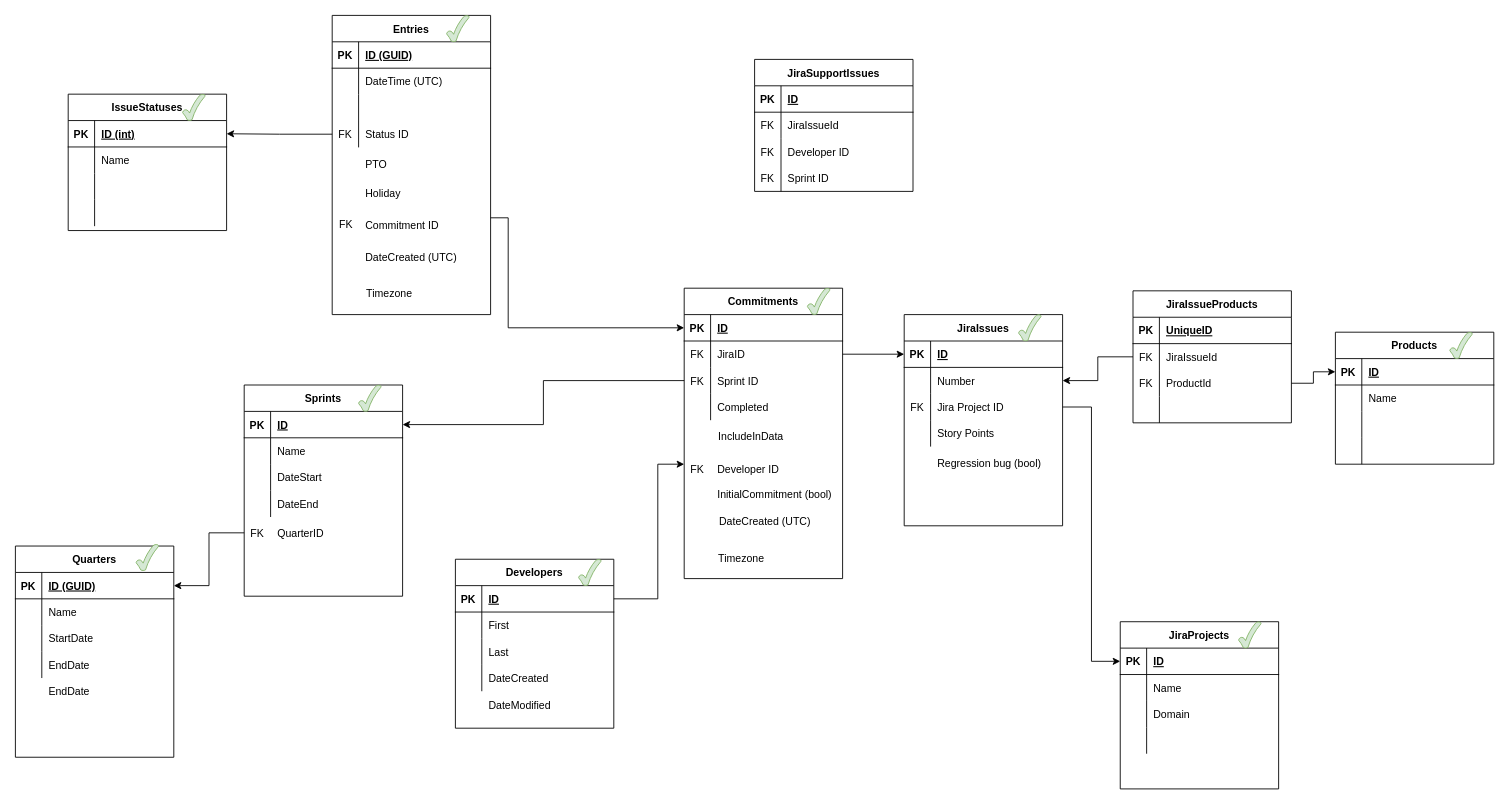
mrbeck02/ManagerHelper keeps this draw.io diagram as ManagerHelper db schema.drawio. Above is the earlier version. Source tidied: cells renumbered, new cells numbered last; positions are measured from the earlier drawing's top-left corner, leaving out a move shared by most shapes. Both pictures are drawn from the tidied source at 88%, with x=0, y=0 at pixel (15, 15).
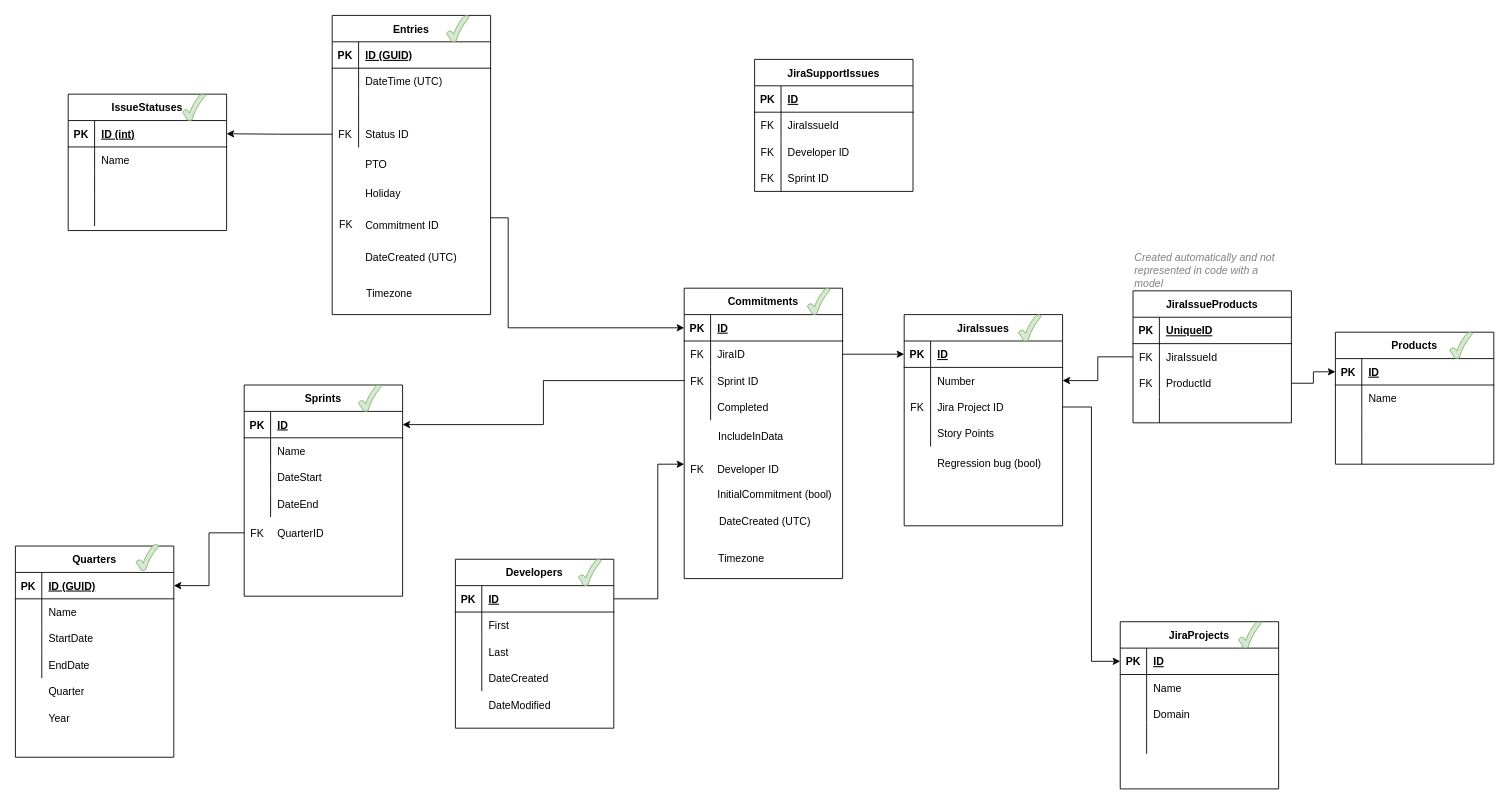
The same page after the edit.

Unchanged cells that the change refers to:
```xml
<mxCell id="60" style="shape=tableRow;horizontal=0;startSize=0;swimlaneHead=0;swimlaneBody=0;fillColor=none;top=0;left=0;right=0;bottom=0;" parent="1" vertex="1">
  <mxGeometry y="753" width="180" height="30" as="geometry" />
</mxCell>
```

What changed in the source:
```diff
@@
-    <mxCell id="62" value="EndDate" style="shape=partialRectangle;fillColor=none;top=0;left=0;bottom=0;right=0;align=left;spacingLeft=6;overflow=hidden;" parent="60" vertex="1">
+    <mxCell id="62" value="Quarter" style="shape=partialRectangle;fillColor=none;top=0;left=0;bottom=0;right=0;align=left;spacingLeft=6;overflow=hidden;" parent="60" vertex="1">
       <mxGeometry x="30" width="150" height="30" as="geometry" />
     </mxCell>
@@
+    <mxCell id="196" value="Year" style="shape=partialRectangle;fillColor=none;top=0;left=0;bottom=0;right=0;align=left;spacingLeft=6;overflow=hidden;" parent="1" vertex="1">
+      <mxGeometry x="30" y="783" width="150" height="30" as="geometry" />
+    </mxCell>
+    <mxCell id="197" value="Created automatically and not represented in code with a model" style="text;html=1;strokeColor=none;fillColor=none;align=left;verticalAlign=middle;whiteSpace=wrap;rounded=0;fontStyle=2;fontColor=#808080;" parent="1" vertex="1">
+      <mxGeometry x="1270" y="268" width="170" height="44" as="geometry" />
+    </mxCell>
```
